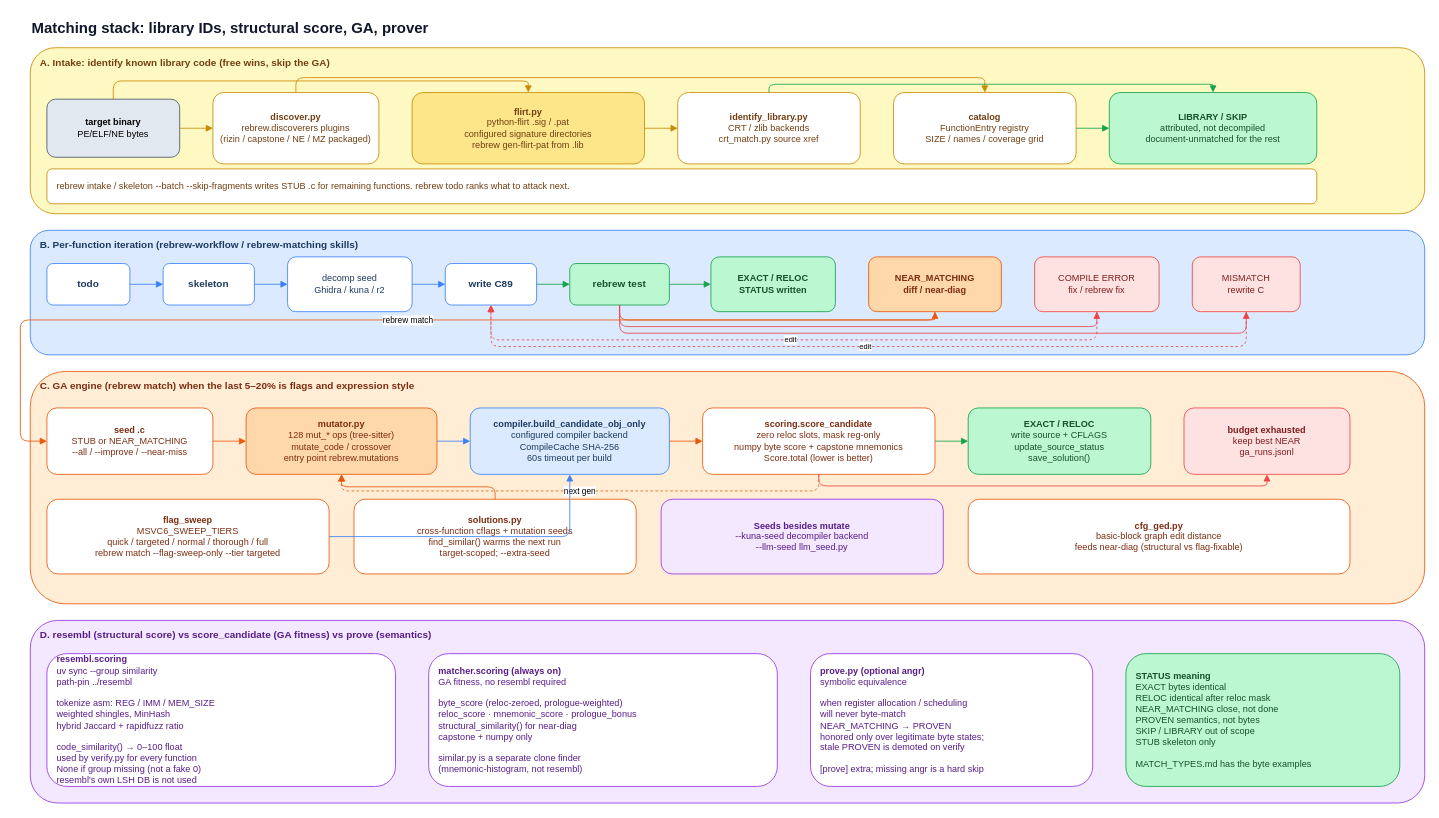
maci0/rebrew keeps this draw.io diagram as page "4. FLIRT, resembl, GA" (4 of 6) of docs/architecture.drawio. Above is the earlier version. Source tidied: cells renumbered, new cells numbered last; positions are measured from the earlier drawing's top-left corner, leaving out a move shared by most shapes. Both pictures are drawn from the tidied source at 83%, with x=0, y=0 at pixel (20, 14).
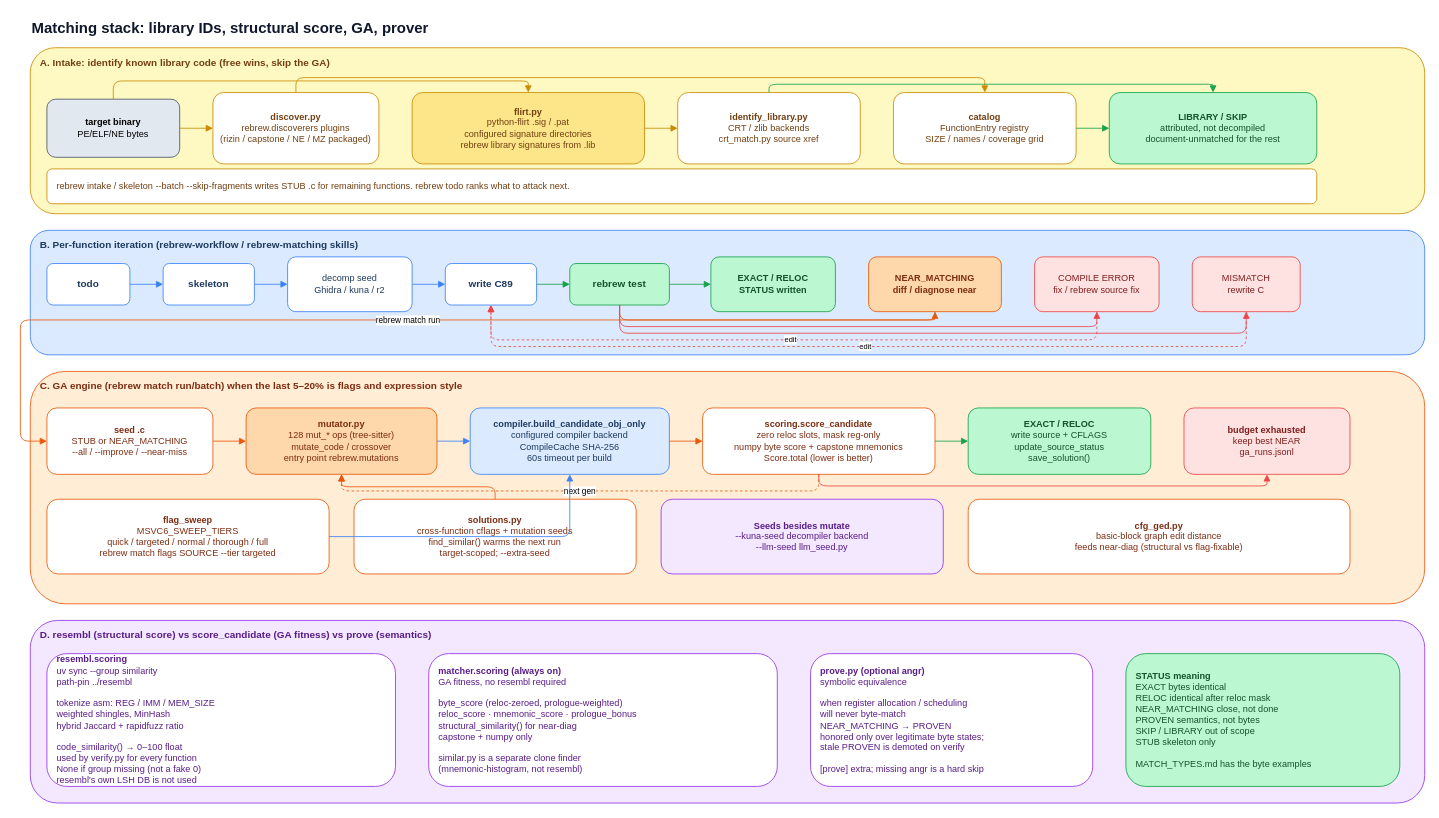
The same diagram, later.

The change refers to these unchanged cells:
```xml
<mxCell id="38" value="&lt;b&gt;seed .c&lt;/b&gt;&lt;br&gt;STUB or NEAR_MATCHING&lt;br&gt;--all / --improve / --near-miss" style="rounded=1;whiteSpace=wrap;html=1;fillColor=#ffffff;strokeColor=#ea580c;fontColor=#7c2d12;align=center;fontSize=11;" parent="1" vertex="1">
  <mxGeometry x="32" y="474" width="200" height="80" as="geometry" />
</mxCell>
```

Diff of the diagram source:
```diff
@@
-    <mxCell id="6" value="&lt;b&gt;flirt.py&lt;/b&gt;&lt;br&gt;python-flirt .sig / .pat&lt;br&gt;configured signature directories&lt;br&gt;rebrew gen-flirt-pat from .lib" style="rounded=1;whiteSpace=wrap;html=1;fillColor=#fde68a;strokeColor=#ca8a04;fontColor=#713f12;align=center;fontSize=11;" parent="1" vertex="1">
+    <mxCell id="6" value="&lt;b&gt;flirt.py&lt;/b&gt;&lt;br&gt;python-flirt .sig / .pat&lt;br&gt;configured signature directories&lt;br&gt;rebrew library signatures from .lib" style="rounded=1;whiteSpace=wrap;html=1;fillColor=#fde68a;strokeColor=#ca8a04;fontColor=#713f12;align=center;fontSize=11;" parent="1" vertex="1">
       <mxGeometry x="472" y="94" width="280" height="86" as="geometry" />
     </mxCell>
@@
-    <mxCell id="24" value="NEAR_MATCHING&lt;br&gt;diff / near-diag" style="rounded=1;whiteSpace=wrap;html=1;fillColor=#fed7aa;strokeColor=#ea580c;fontColor=#7c2d12;align=center;fontSize=11;fontStyle=1;" parent="1" vertex="1">
+    <mxCell id="24" value="NEAR_MATCHING&lt;br&gt;diff / diagnose near" style="rounded=1;whiteSpace=wrap;html=1;fillColor=#fed7aa;strokeColor=#ea580c;fontColor=#7c2d12;align=center;fontSize=11;fontStyle=1;" parent="1" vertex="1">
       <mxGeometry x="1022" y="292" width="160" height="66" as="geometry" />
     </mxCell>
-    <mxCell id="25" value="COMPILE ERROR&lt;br&gt;fix / rebrew fix" style="rounded=1;whiteSpace=wrap;html=1;fillColor=#fee2e2;strokeColor=#ef4444;fontColor=#7f1d1d;align=center;fontSize=11;" parent="1" vertex="1">
+    <mxCell id="25" value="COMPILE ERROR&lt;br&gt;fix / rebrew source fix" style="rounded=1;whiteSpace=wrap;html=1;fillColor=#fee2e2;strokeColor=#ef4444;fontColor=#7f1d1d;align=center;fontSize=11;" parent="1" vertex="1">
       <mxGeometry x="1222" y="292" width="150" height="66" as="geometry" />
     </mxCell>
@@
-    <mxCell id="37" value="C. GA engine (rebrew match) when the last 5–20% is flags and expression style" style="rounded=1;whiteSpace=wrap;html=1;align=left;verticalAlign=top;spacingLeft=10;spacingTop=4;fillColor=#ffedd5;strokeColor=#ea580c;fontColor=#7c2d12;fontStyle=1;fontSize=12;" parent="1" vertex="1">
+    <mxCell id="37" value="C. GA engine (rebrew match run/batch) when the last 5–20% is flags and expression style" style="rounded=1;whiteSpace=wrap;html=1;align=left;verticalAlign=top;spacingLeft=10;spacingTop=4;fillColor=#ffedd5;strokeColor=#ea580c;fontColor=#7c2d12;fontStyle=1;fontSize=12;" parent="1" vertex="1">
       <mxGeometry x="12" y="430" width="1680" height="280" as="geometry" />
     </mxCell>
@@
-    <mxCell id="44" value="&lt;b&gt;flag_sweep&lt;/b&gt;&lt;br&gt;MSVC6_SWEEP_TIERS&lt;br&gt;quick / targeted / normal / thorough / full&lt;br&gt;rebrew match --flag-sweep-only --tier targeted" style="rounded=1;whiteSpace=wrap;html=1;fillColor=#ffffff;strokeColor=#ea580c;fontColor=#7c2d12;align=center;fontSize=11;" parent="1" vertex="1">
+    <mxCell id="44" value="&lt;b&gt;flag_sweep&lt;/b&gt;&lt;br&gt;MSVC6_SWEEP_TIERS&lt;br&gt;quick / targeted / normal / thorough / full&lt;br&gt;rebrew match flags SOURCE --tier targeted" style="rounded=1;whiteSpace=wrap;html=1;fillColor=#ffffff;strokeColor=#ea580c;fontColor=#7c2d12;align=center;fontSize=11;" parent="1" vertex="1">
       <mxGeometry x="32" y="584" width="340" height="90" as="geometry" />
     </mxCell>
@@
-    <mxCell id="54" value="rebrew match" style="edgeStyle=orthogonalEdgeStyle;html=1;strokeColor=#ea580c;fontSize=10;endArrow=block;" parent="1" edge="1" source="24" target="38">
+    <mxCell id="54" value="rebrew match run" style="edgeStyle=orthogonalEdgeStyle;html=1;strokeColor=#ea580c;fontSize=10;endArrow=block;" parent="1" edge="1" source="24" target="38">
       <mxGeometry relative="1" as="geometry">
         <Array as="points">
           <mxPoint y="368" />
           <mxPoint y="514" />
         </Array>
       </mxGeometry>
     </mxCell>
```
